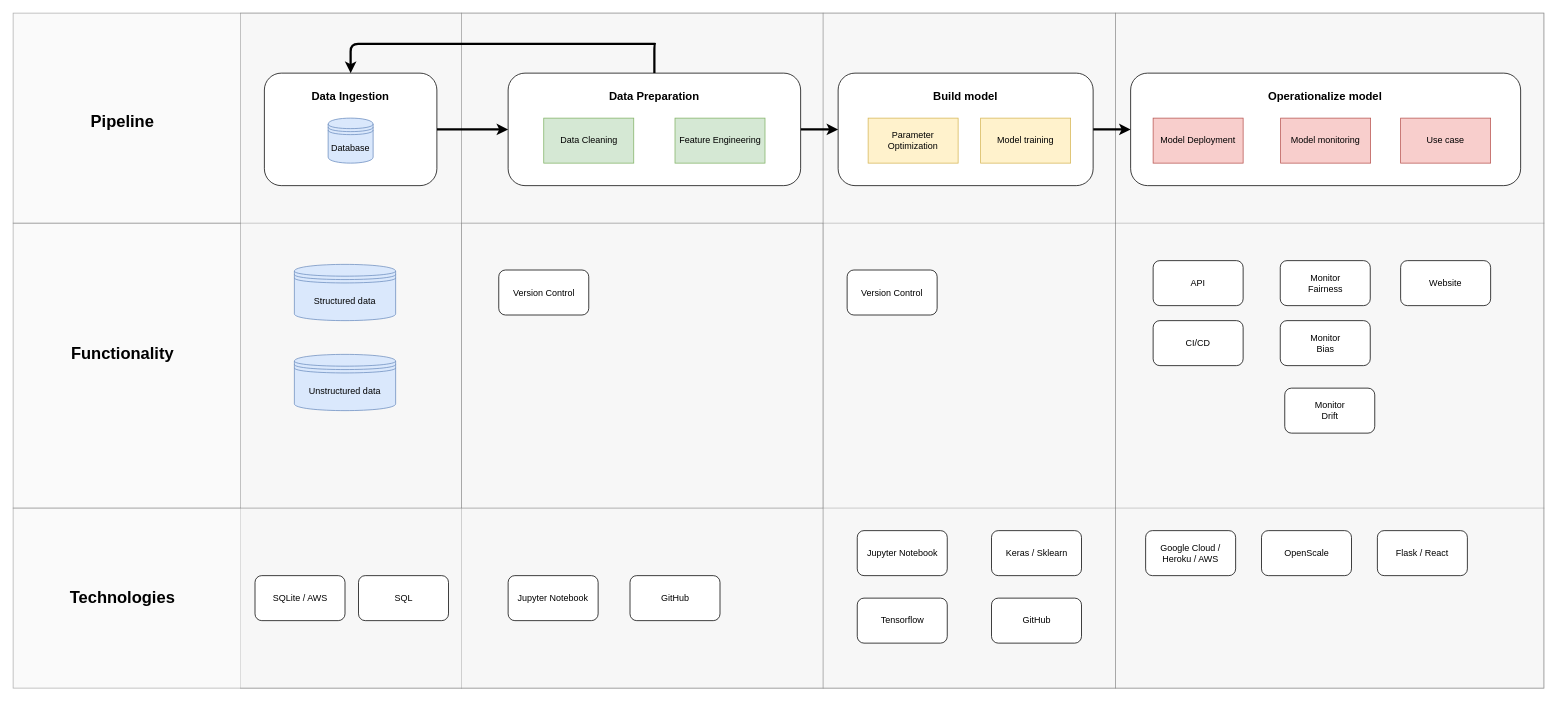
The draw.io diagram ml_pipeline_diagram.drawio in bmaelum/ml_pipeline, before the edit. Source tidied: cells renumbered, new cells numbered last; positions are measured from the earlier drawing's top-left corner, leaving out a move shared by most shapes. Both pictures are drawn from the tidied source at 75%, with x=0, y=0 at pixel (13, 13).
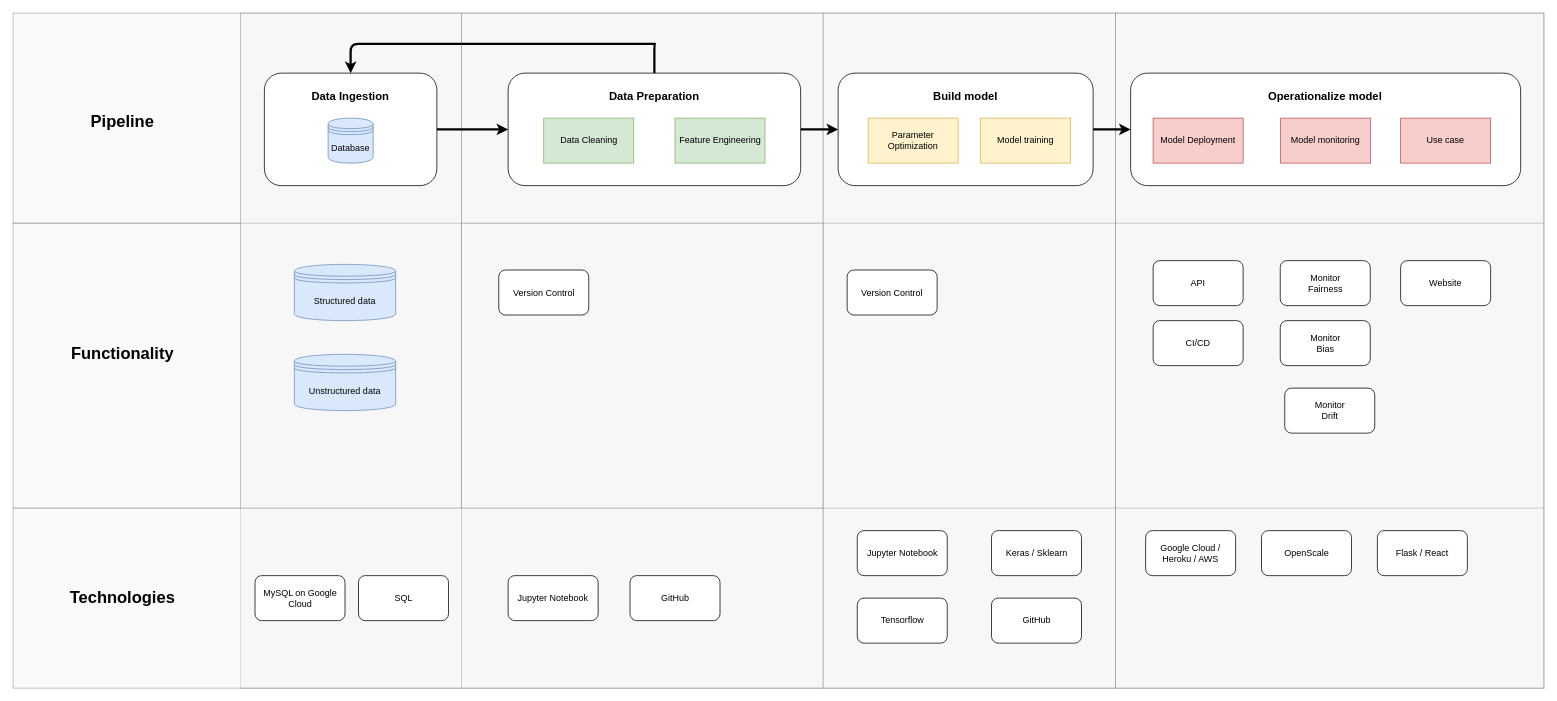
After the change.

Commit message (it also covers changes not shown here):
5th diagram iteration

What changed in the source:
```diff
@@
-    <mxCell id="37" value="SQLite / AWS" style="rounded=1;whiteSpace=wrap;html=1;" parent="1" vertex="1">
+    <mxCell id="37" value="MySQL on Google Cloud" style="rounded=1;whiteSpace=wrap;html=1;" parent="1" vertex="1">
       <mxGeometry x="322.5" y="750" width="120" height="60" as="geometry" />
     </mxCell>
```
